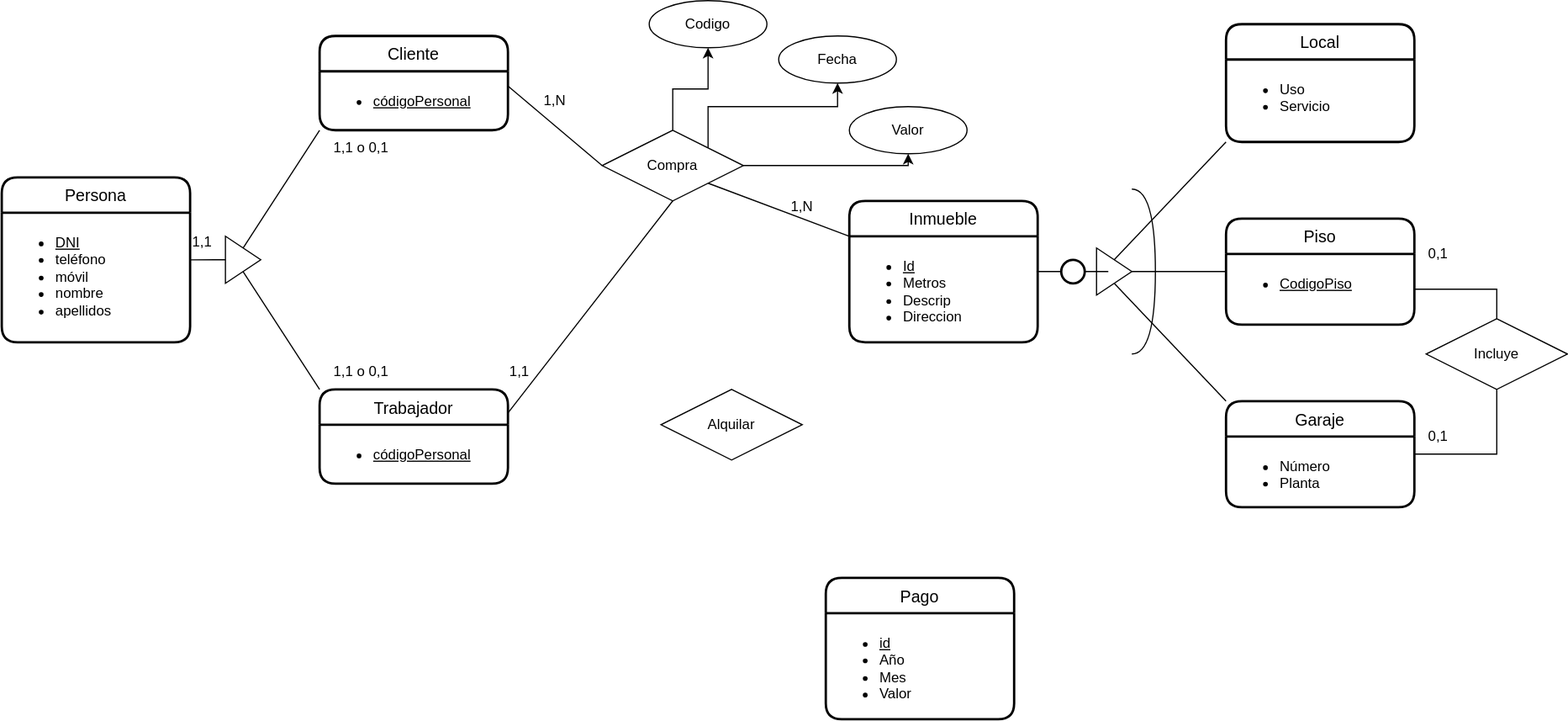
Jimxx22/C3-UD11-UML keeps this draw.io diagram as UD12-18.svg. Above is the earlier version. Source tidied: cells renumbered, new cells last; positions are measured from the earlier drawing's top-left corner, leaving out a move shared by most shapes.
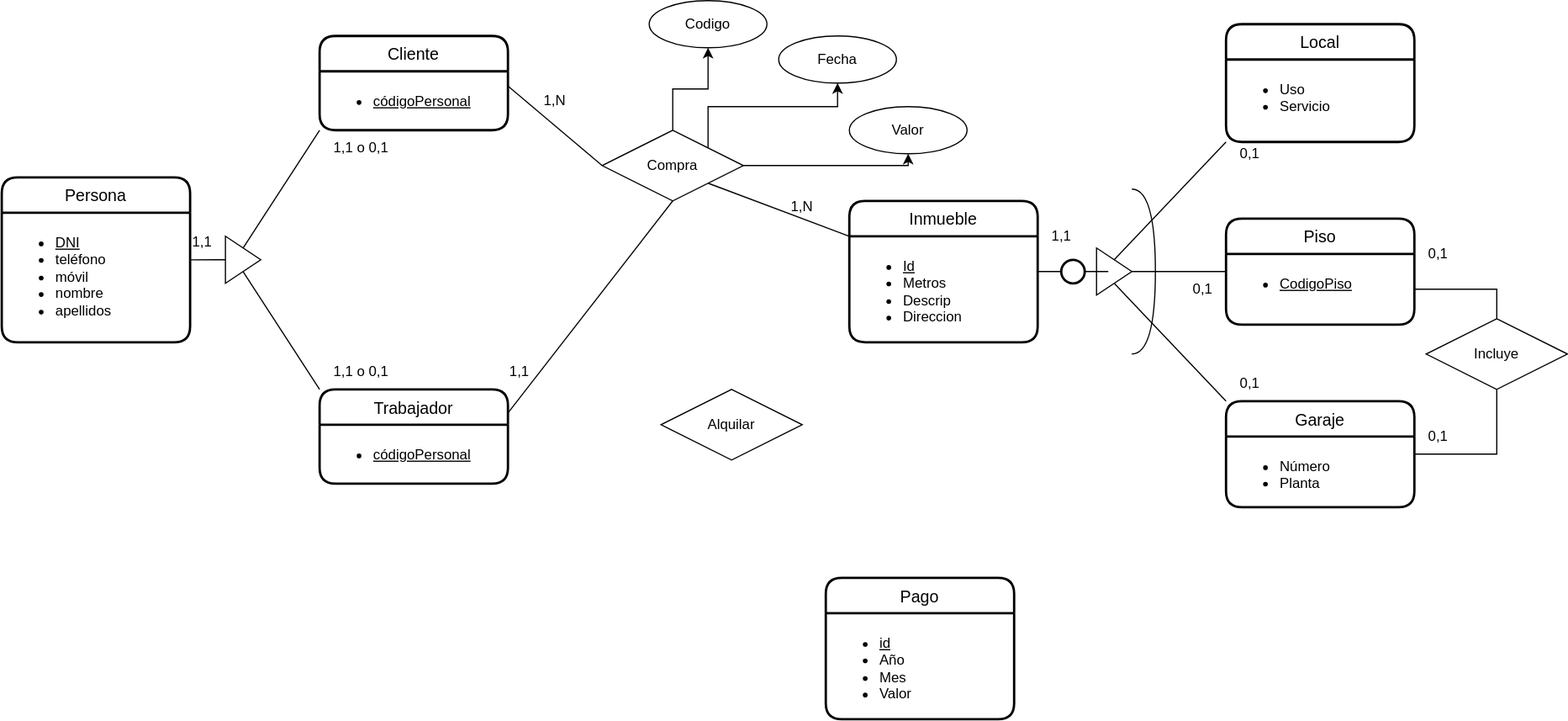
The same file after the commit.

Change to the diagram source:
```diff
@@ -163,5 +163,17 @@
     <mxCell id="51" value="1,1 o 0,1" style="text;html=1;align=center;verticalAlign=middle;strokeColor=none;fillColor=none;" parent="1" vertex="1">
       <mxGeometry x="270" y="110" width="70" height="30" as="geometry" />
     </mxCell>
+    <mxCell id="52" value="1,1" style="text;html=1;align=center;verticalAlign=middle;strokeColor=none;fillColor=none;" parent="1" vertex="1">
+      <mxGeometry x="880" y="185" width="40" height="30" as="geometry" />
+    </mxCell>
+    <mxCell id="53" value="0,1" style="text;html=1;align=center;verticalAlign=middle;strokeColor=none;fillColor=none;" parent="1" vertex="1">
+      <mxGeometry x="1040" y="115" width="40" height="30" as="geometry" />
+    </mxCell>
+    <mxCell id="54" value="0,1" style="text;html=1;align=center;verticalAlign=middle;strokeColor=none;fillColor=none;" parent="1" vertex="1">
+      <mxGeometry x="1040" y="310" width="40" height="30" as="geometry" />
+    </mxCell>
+    <mxCell id="55" value="0,1" style="text;html=1;align=center;verticalAlign=middle;strokeColor=none;fillColor=none;" parent="1" vertex="1">
+      <mxGeometry x="1000" y="230" width="40" height="30" as="geometry" />
+    </mxCell>
   </root>
 </mxGraphModel>
```
